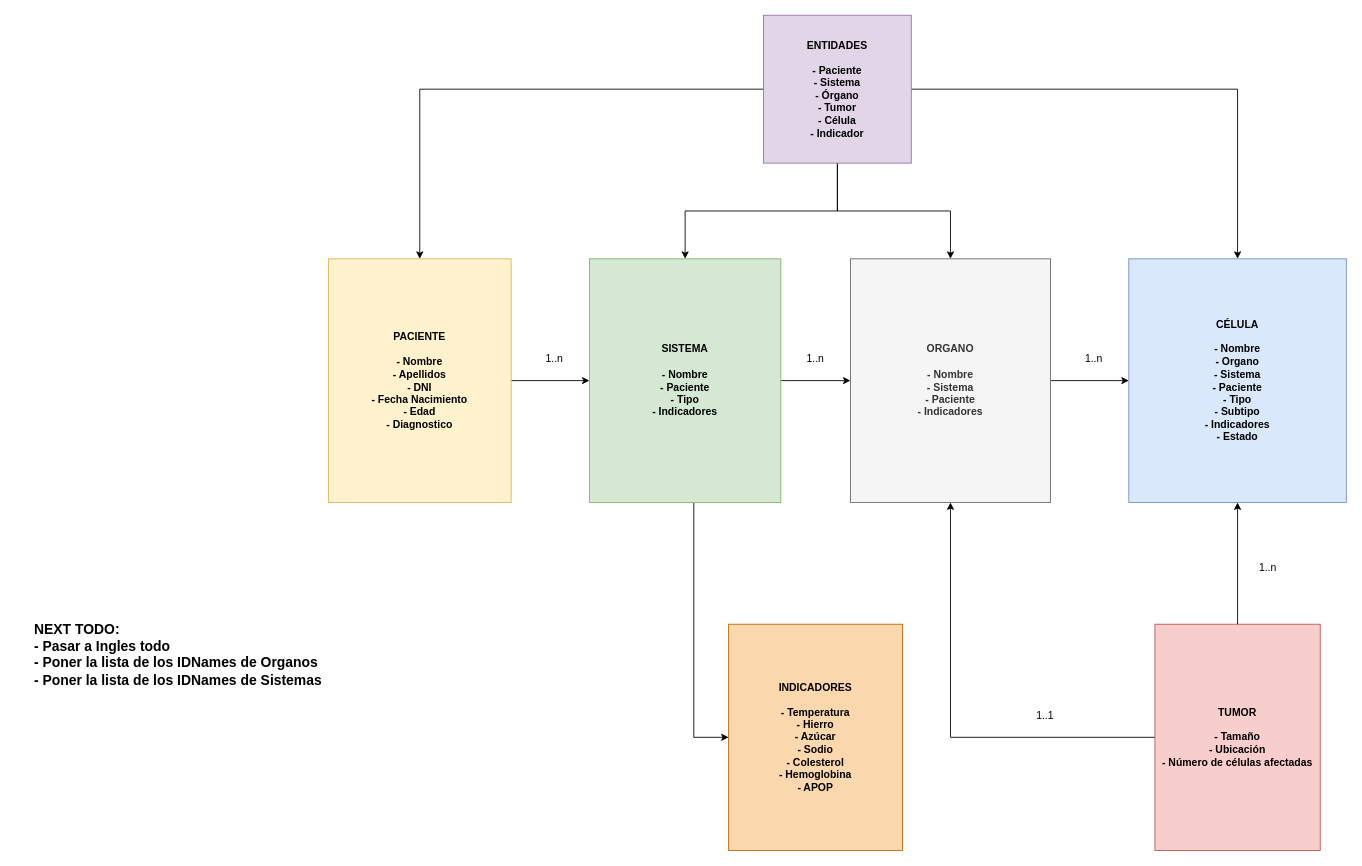
This is page "MD" (1 of 6) of arch-design/cellprom-arch-functionality.drawio from cellprom/cellprom-arq-doc, a draw.io file, before an edit. Source tidied: cells renumbered, new cells numbered last; positions are measured from the earlier drawing's top-left corner, leaving out a move shared by most shapes. Both pictures are drawn from the tidied source at 87%, with x=0, y=0 at pixel (32, 15).
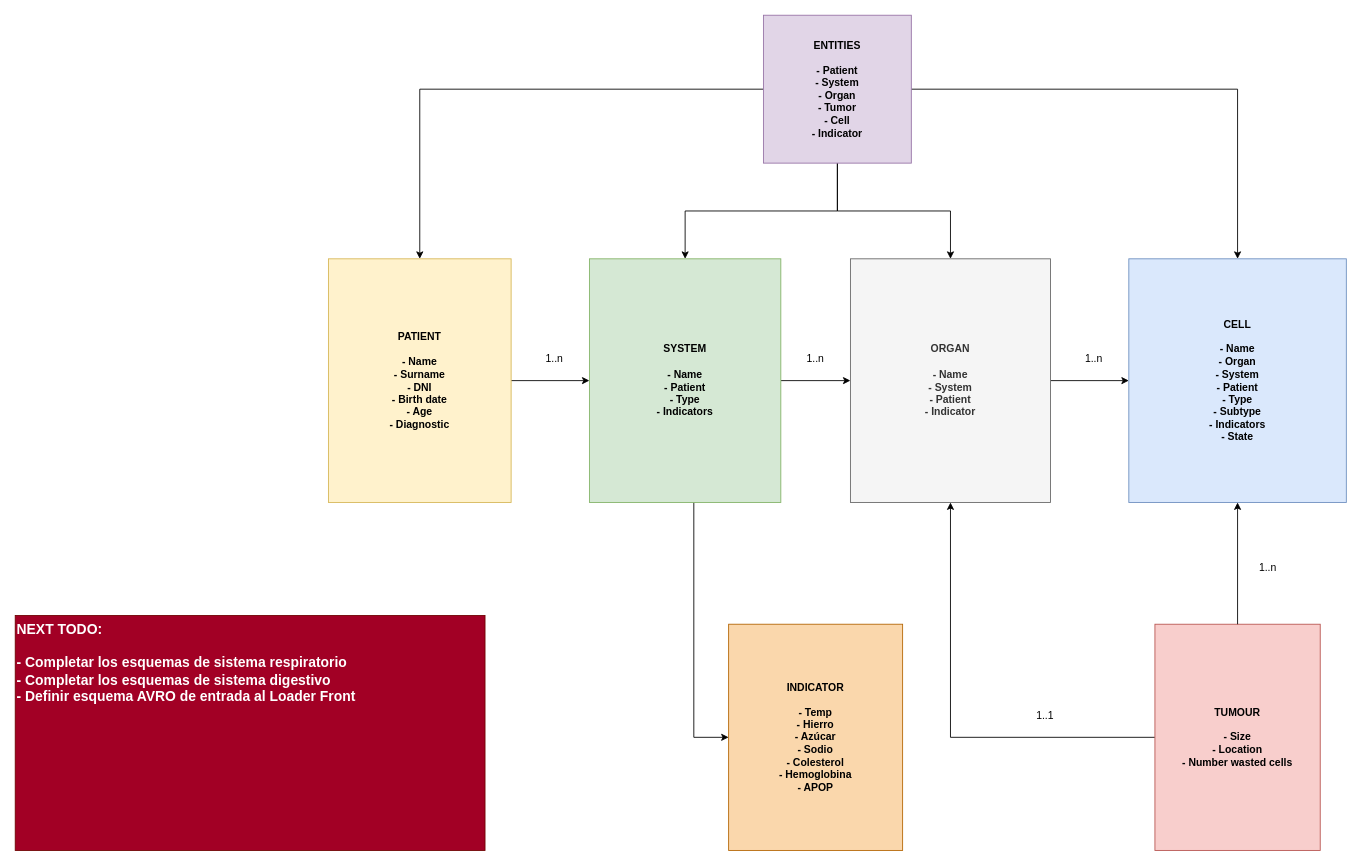
After the change.

Change to the diagram source:
```diff
@@
-    <mxCell id="6" value="ENTIDADES&lt;br&gt;&lt;br&gt;- Paciente&lt;br&gt;- Sistema&lt;br&gt;- Órgano&lt;br&gt;- Tumor&lt;br&gt;- Célula&lt;br&gt;- Indicador" style="whiteSpace=wrap;html=1;fillColor=#e1d5e7;strokeColor=#9673a6;fontStyle=1;" parent="1" vertex="1">
+    <mxCell id="6" value="ENTITIES&lt;br&gt;&lt;br&gt;- Patient&lt;br&gt;- System&lt;br&gt;- Organ&lt;br&gt;- Tumor&lt;br&gt;- Cell&lt;br&gt;- Indicator" style="whiteSpace=wrap;html=1;fillColor=#e1d5e7;strokeColor=#9673a6;fontStyle=1;" parent="1" vertex="1">
       <mxGeometry x="840" width="170" height="170" as="geometry" />
     </mxCell>
@@
-    <mxCell id="8" value="ORGANO&lt;br&gt;&lt;br&gt;- Nombre&lt;br&gt;- Sistema&lt;br&gt;- Paciente&lt;br&gt;- Indicadores" style="whiteSpace=wrap;html=1;fillColor=#f5f5f5;strokeColor=#666666;fontStyle=1;fontColor=#333333;" parent="1" vertex="1">
+    <mxCell id="8" value="ORGAN&lt;br&gt;&lt;br&gt;- Name&lt;br&gt;- System&lt;br&gt;- Patient&lt;br&gt;- Indicator" style="whiteSpace=wrap;html=1;fillColor=#f5f5f5;strokeColor=#666666;fontStyle=1;fontColor=#333333;" parent="1" vertex="1">
       <mxGeometry x="940" y="280" width="230" height="280" as="geometry" />
     </mxCell>
-    <mxCell id="9" value="CÉLULA&lt;br&gt;&lt;br&gt;- Nombre&lt;br&gt;- Organo&lt;br&gt;- Sistema&lt;br&gt;- Paciente&lt;br&gt;- Tipo&lt;br&gt;- Subtipo&lt;br&gt;- Indicadores&lt;br&gt;- Estado" style="whiteSpace=wrap;html=1;fillColor=#dae8fc;strokeColor=#6c8ebf;fontStyle=1;" parent="1" vertex="1">
+    <mxCell id="9" value="CELL&lt;br&gt;&lt;br&gt;- Name&lt;br&gt;- Organ&lt;br&gt;- System&lt;br&gt;- Patient&lt;br&gt;- Type&lt;br&gt;- Subtype&lt;br&gt;- Indicators&lt;br&gt;- State" style="whiteSpace=wrap;html=1;fillColor=#dae8fc;strokeColor=#6c8ebf;fontStyle=1;" parent="1" vertex="1">
       <mxGeometry x="1260" y="280" width="250" height="280" as="geometry" />
     </mxCell>
@@
-    <mxCell id="12" value="SISTEMA&lt;br&gt;&lt;br&gt;- Nombre&lt;br&gt;- Paciente&lt;br&gt;- Tipo&lt;br&gt;- Indicadores" style="whiteSpace=wrap;html=1;fillColor=#d5e8d4;strokeColor=#82b366;fontStyle=1;" parent="1" vertex="1">
+    <mxCell id="12" value="SYSTEM&lt;br&gt;&lt;br&gt;- Name&lt;br&gt;- Patient&lt;br&gt;- Type&lt;br&gt;- Indicators" style="whiteSpace=wrap;html=1;fillColor=#d5e8d4;strokeColor=#82b366;fontStyle=1;" parent="1" vertex="1">
       <mxGeometry x="640" y="280" width="220" height="280" as="geometry" />
     </mxCell>
@@
-    <mxCell id="14" value="PACIENTE&lt;br&gt;&lt;br&gt;- Nombre&lt;br&gt;- Apellidos&lt;br&gt;- DNI&lt;br&gt;- Fecha Nacimiento&lt;br&gt;- Edad&lt;br&gt;- Diagnostico" style="whiteSpace=wrap;html=1;fillColor=#fff2cc;strokeColor=#d6b656;fontStyle=1;" parent="1" vertex="1">
+    <mxCell id="14" value="PATIENT&lt;br&gt;&lt;br&gt;- Name&lt;br&gt;- Surname&lt;br&gt;- DNI&lt;br&gt;- Birth date&lt;br&gt;- Age&lt;br&gt;- Diagnostic" style="whiteSpace=wrap;html=1;fillColor=#fff2cc;strokeColor=#d6b656;fontStyle=1;" parent="1" vertex="1">
       <mxGeometry x="340" y="280" width="210" height="280" as="geometry" />
     </mxCell>
@@
-    <mxCell id="18" value="INDICADORES&lt;br&gt;&lt;br&gt;- Temperatura&lt;br&gt;- Hierro&lt;br&gt;- Azúcar&lt;br&gt;- Sodio&lt;br&gt;- Colesterol&lt;br&gt;- Hemoglobina&lt;br&gt;- APOP" style="whiteSpace=wrap;html=1;fillColor=#fad7ac;strokeColor=#b46504;fontStyle=1;" parent="1" vertex="1">
+    <mxCell id="18" value="INDICATOR&lt;br&gt;&lt;br&gt;- Temp&lt;br&gt;- Hierro&lt;br&gt;- Azúcar&lt;br&gt;- Sodio&lt;br&gt;- Colesterol&lt;br&gt;- Hemoglobina&lt;br&gt;- APOP" style="whiteSpace=wrap;html=1;fillColor=#fad7ac;strokeColor=#b46504;fontStyle=1;" parent="1" vertex="1">
       <mxGeometry x="800" y="700" width="200" height="260" as="geometry" />
     </mxCell>
@@
-    <mxCell id="20" value="TUMOR&lt;br&gt;&lt;br&gt;- Tamaño&lt;br&gt;- Ubicación&lt;br&gt;- Número de células afectadas" style="whiteSpace=wrap;html=1;fillColor=#f8cecc;strokeColor=#b85450;fontStyle=1;" parent="1" vertex="1">
+    <mxCell id="20" value="TUMOUR&lt;br&gt;&lt;br&gt;- Size&lt;br&gt;- Location&lt;br&gt;- Number wasted cells" style="whiteSpace=wrap;html=1;fillColor=#f8cecc;strokeColor=#b85450;fontStyle=1;" parent="1" vertex="1">
       <mxGeometry x="1290" y="700" width="190" height="260" as="geometry" />
     </mxCell>
@@
-    <mxCell id="24" value="NEXT TODO:&lt;br style=&quot;font-size: 16px;&quot;&gt;- Pasar a Ingles todo&lt;br style=&quot;font-size: 16px;&quot;&gt;- Poner la lista de los IDNames de Organos&lt;br style=&quot;font-size: 16px;&quot;&gt;- Poner la lista de los IDNames de Sistemas" style="text;whiteSpace=wrap;html=1;fontStyle=1;fontSize=16;" parent="1" vertex="1">
-      <mxGeometry y="690" width="500" height="150" as="geometry" />
+    <mxCell id="24" value="NEXT TODO:&lt;br&gt;&lt;br&gt;- Completar los esquemas de sistema respiratorio&lt;br&gt;- Completar los esquemas de sistema digestivo&lt;br&gt;- Definir esquema AVRO de entrada al Loader Front" style="text;whiteSpace=wrap;html=1;fontStyle=1;fontSize=16;fillColor=#a20025;fontColor=#ffffff;strokeColor=#6F0000;" parent="1" vertex="1">
+      <mxGeometry x="-20" y="690" width="540" height="270" as="geometry" />
     </mxCell>
```
